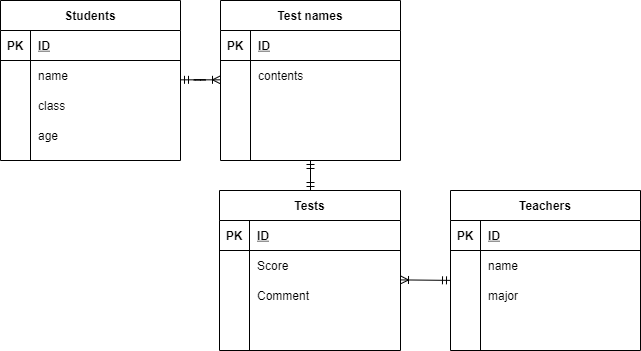
Before: .drawio.png, a diagram exported from draw.io (mioirie/20220103omi). Source tidied: cells renumbered, new cells last; positions are measured from the earlier drawing's top-left corner, leaving out a move shared by most shapes.
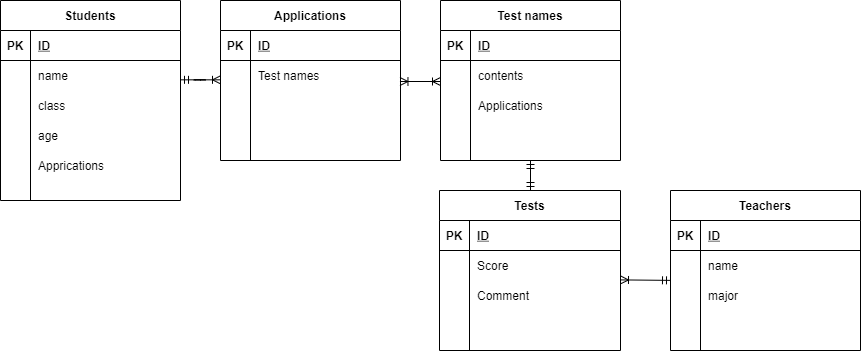
The same file after the commit.

Commit message:
Add 'Apprication'table

Diff of the diagram source:
```diff
@@ -3,7 +3,7 @@
     <mxCell id="0" />
     <mxCell id="1" parent="0" />
     <mxCell id="2" value="Students" style="shape=table;startSize=30;rowLines=0;fontStyle=1;align=center;" parent="1" vertex="1">
-      <mxGeometry width="180" height="160" as="geometry" />
+      <mxGeometry x="-220" width="180" height="200" as="geometry" />
     </mxCell>
     <mxCell id="3" style="shape=partialRectangle;fillColor=none;top=0;left=0;bottom=1;right=0;" parent="2" vertex="1">
       <mxGeometry y="30" width="180" height="30" as="geometry" />
@@ -82,8 +82,8 @@
     </mxCell>
     <mxCell id="28" style="edgeStyle=entityRelationEdgeStyle;fontSize=12;html=1;endArrow=ERoneToMany;startArrow=ERmandOne;" parent="1" edge="1">
       <mxGeometry relative="1" as="geometry">
-        <mxPoint x="180" y="79.3" as="sourcePoint" />
-        <mxPoint x="220" y="79.3" as="targetPoint" />
+        <mxPoint x="-40" y="79.3" as="sourcePoint" />
+        <mxPoint y="79.3" as="targetPoint" />
       </mxGeometry>
     </mxCell>
     <mxCell id="29" style="fontSize=12;html=1;endArrow=ERoneToMany;startArrow=ERmandOne;exitX=0;exitY=-0.004;exitDx=0;exitDy=0;exitPerimeter=0;entryX=1;entryY=-0.02;entryDx=0;entryDy=0;entryPerimeter=0;" parent="1" edge="1" source="22" target="50">
@@ -116,7 +116,7 @@
     <mxCell id="38" style="shape=partialRectangle;fillColor=none;top=0;left=0;bottom=0;right=0;overflow=hidden;" parent="37" vertex="1">
       <mxGeometry width="30" height="30" as="geometry" />
     </mxCell>
-    <mxCell id="39" style="shape=partialRectangle;fillColor=none;top=0;left=0;bottom=0;right=0;align=left;spacingLeft=6;overflow=hidden;" parent="37" vertex="1">
+    <mxCell id="39" value="Applications" style="shape=partialRectangle;fillColor=none;top=0;left=0;bottom=0;right=0;align=left;spacingLeft=6;overflow=hidden;" parent="37" vertex="1">
       <mxGeometry x="30" width="150" height="30" as="geometry" />
     </mxCell>
     <mxCell id="40" style="shape=partialRectangle;fillColor=none;top=0;left=0;bottom=0;right=0;" parent="30" vertex="1">
@@ -173,5 +173,55 @@
         <mxPoint x="310" y="160" as="targetPoint" />
       </mxGeometry>
     </mxCell>
+    <mxCell id="57" value="Applications" style="shape=table;startSize=30;rowLines=0;fontStyle=1;align=center;" parent="1" vertex="1">
+      <mxGeometry width="180" height="160" as="geometry" />
+    </mxCell>
+    <mxCell id="58" style="shape=partialRectangle;fillColor=none;top=0;left=0;bottom=1;right=0;" parent="57" vertex="1">
+      <mxGeometry y="30" width="180" height="30" as="geometry" />
+    </mxCell>
+    <mxCell id="59" value="PK" style="shape=partialRectangle;fillColor=none;top=0;left=0;bottom=0;right=0;fontStyle=1;overflow=hidden;" parent="58" vertex="1">
+      <mxGeometry width="30" height="30" as="geometry" />
+    </mxCell>
+    <mxCell id="60" value="ID" style="shape=partialRectangle;fillColor=none;top=0;left=0;bottom=0;right=0;align=left;spacingLeft=6;fontStyle=5;overflow=hidden;" parent="58" vertex="1">
+      <mxGeometry x="30" width="150" height="30" as="geometry" />
+    </mxCell>
+    <mxCell id="61" style="shape=partialRectangle;fillColor=none;top=0;left=0;bottom=0;right=0;points=[[0,0.5],[1,0.5]];portConstraint=eastwest;" parent="57" vertex="1">
+      <mxGeometry y="60" width="180" height="30" as="geometry" />
+    </mxCell>
+    <mxCell id="62" style="shape=partialRectangle;fillColor=none;top=0;left=0;bottom=0;right=0;overflow=hidden;" parent="61" vertex="1">
+      <mxGeometry width="30" height="30" as="geometry" />
+    </mxCell>
+    <mxCell id="63" value="Test names" style="shape=partialRectangle;fillColor=none;top=0;left=0;bottom=0;right=0;align=left;spacingLeft=6;overflow=hidden;" parent="61" vertex="1">
+      <mxGeometry x="30" width="150" height="30" as="geometry" />
+    </mxCell>
+    <mxCell id="64" style="shape=partialRectangle;fillColor=none;top=0;left=0;bottom=0;right=0;" parent="57" vertex="1">
+      <mxGeometry y="90" width="180" height="30" as="geometry" />
+    </mxCell>
+    <mxCell id="65" style="shape=partialRectangle;fillColor=none;top=0;left=0;bottom=0;right=0;overflow=hidden;" parent="64" vertex="1">
+      <mxGeometry width="30" height="30" as="geometry" />
+    </mxCell>
+    <mxCell id="66" style="shape=partialRectangle;fillColor=none;top=0;left=0;bottom=0;right=0;align=left;spacingLeft=6;overflow=hidden;" parent="64" vertex="1">
+      <mxGeometry x="30" width="150" height="30" as="geometry" />
+    </mxCell>
+    <mxCell id="67" style="shape=partialRectangle;fillColor=none;top=0;left=0;bottom=0;right=0;" parent="57" vertex="1">
+      <mxGeometry y="120" width="180" height="30" as="geometry" />
+    </mxCell>
+    <mxCell id="68" style="shape=partialRectangle;fillColor=none;top=0;left=0;bottom=0;right=0;overflow=hidden;" parent="67" vertex="1">
+      <mxGeometry width="30" height="30" as="geometry" />
+    </mxCell>
+    <mxCell id="69" style="shape=partialRectangle;fillColor=none;top=0;left=0;bottom=0;right=0;align=left;spacingLeft=6;overflow=hidden;" parent="67" vertex="1">
+      <mxGeometry x="30" width="150" height="30" as="geometry" />
+    </mxCell>
+    <mxCell id="70" style="html=1;" parent="1" edge="1" source="61">
+      <mxGeometry relative="1" as="geometry">
+        <mxPoint y="75" as="targetPoint" />
+      </mxGeometry>
+    </mxCell>
+    <mxCell id="71" style="fontSize=12;html=1;endArrow=ERoneToMany;startArrow=ERoneToMany;exitX=0.997;exitY=0.7;exitDx=0;exitDy=0;exitPerimeter=0;entryX=0;entryY=0.7;entryDx=0;entryDy=0;entryPerimeter=0;" parent="1" edge="1" source="61" target="34">
+      <mxGeometry relative="1" as="geometry" />
+    </mxCell>
+    <mxCell id="72" value="Apprications" style="shape=partialRectangle;fillColor=none;top=0;left=0;bottom=0;right=0;align=left;spacingLeft=6;overflow=hidden;" parent="1" vertex="1">
+      <mxGeometry x="-190" y="150" width="150" height="30" as="geometry" />
+    </mxCell>
   </root>
 </mxGraphModel>
```
